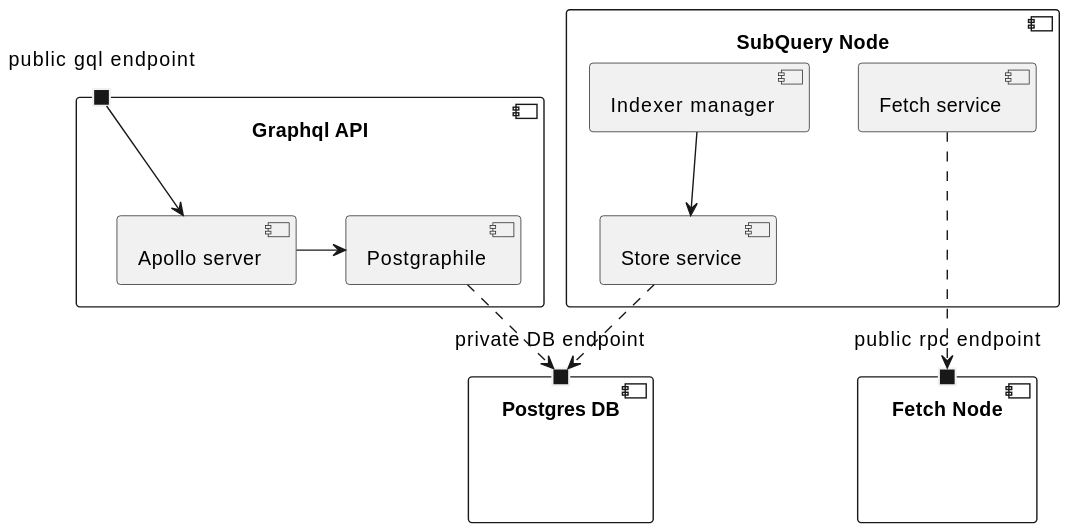
fetchai/docs-archived keeps this PlantUML diagram as ledger-subquery/assets/architecture.svg. Above is the earlier version. Source of this version:
```plantuml
@startuml
component "SubQuery Node" as subql {
    component "Fetch service" as subql_fetch


    component "Store service" as store
    component "Indexer manager" as manager

    manager --> store
}

component "Graphql API" as gql {
    port "public gql endpoint" as gql_port

    component "Apollo server" as apollo
    gql_port -> apollo

    component Postgraphile

    apollo -> Postgraphile
}

component "Postgres DB" as db {
    port "private DB endpoint    " as db_port
}

Postgraphile ..> db_port

component "Fetch Node" as fetchd {
    port "public rpc endpoint" as rpc
}

store ..> db_port
subql_fetch ...> rpc
@enduml
```
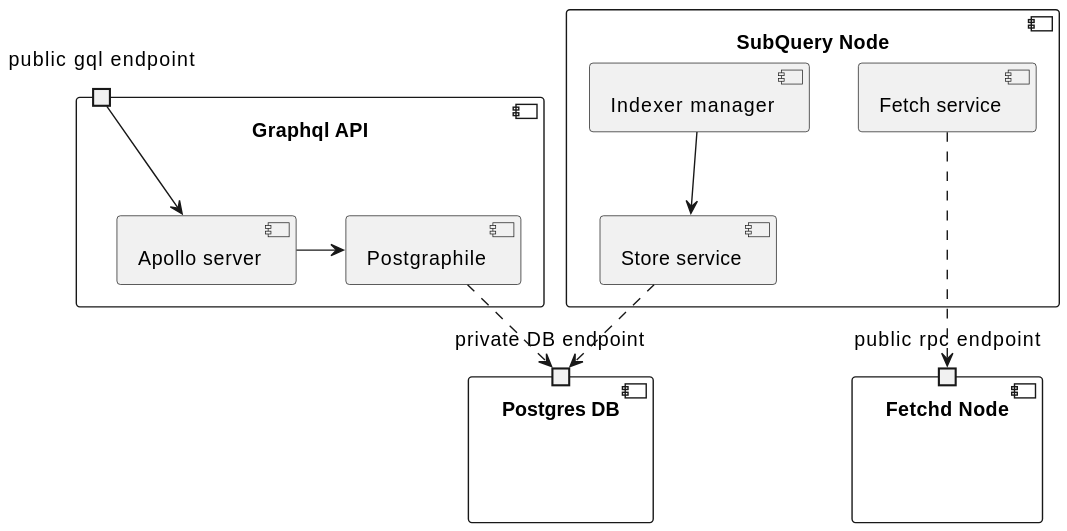
After the commit.

The edit, as a diff of the source:
```diff
@@ -26,7 +26,7 @@
 
 Postgraphile ..> db_port
 
-component "Fetch Node" as fetchd {
+component "Fetchd Node" as fetchd {
     port "public rpc endpoint" as rpc
 }
 
```
